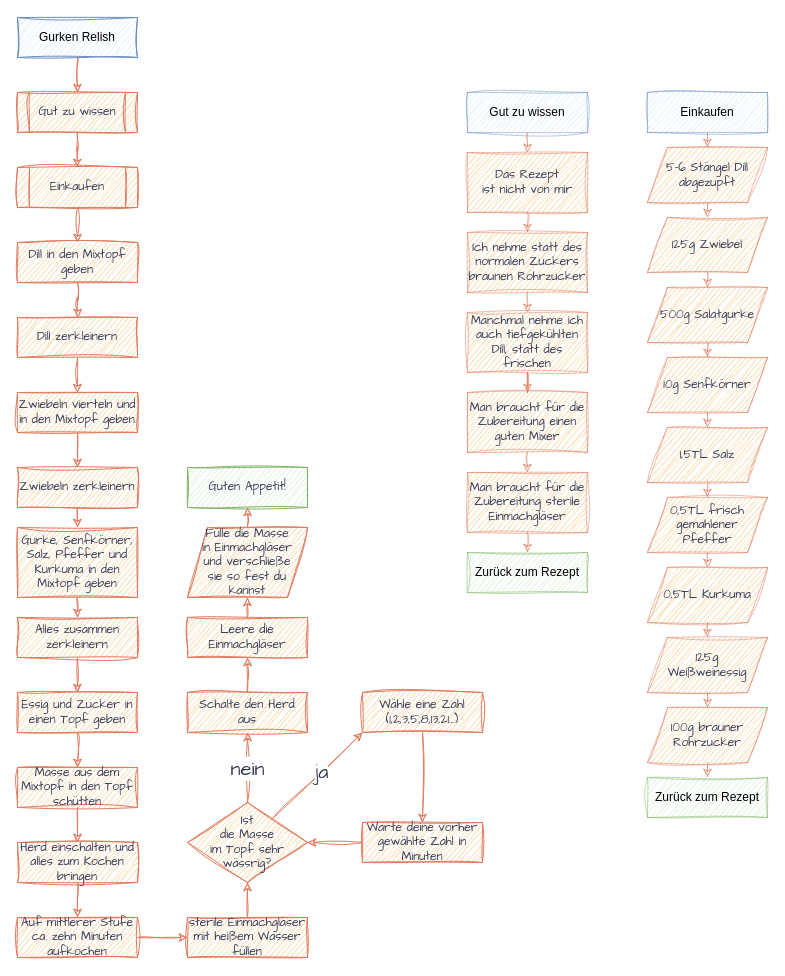
Earlier version of the draw.io diagram cucumber_relish/de_cucumber_relish.drawio (DarkDonnerGunther/rivercookery). Source tidied: cells renumbered, new cells numbered last; positions are measured from the earlier drawing's top-left corner, leaving out a move shared by most shapes. Both pictures are drawn from the tidied source at 100%, with x=0, y=0 at pixel (17, 17).
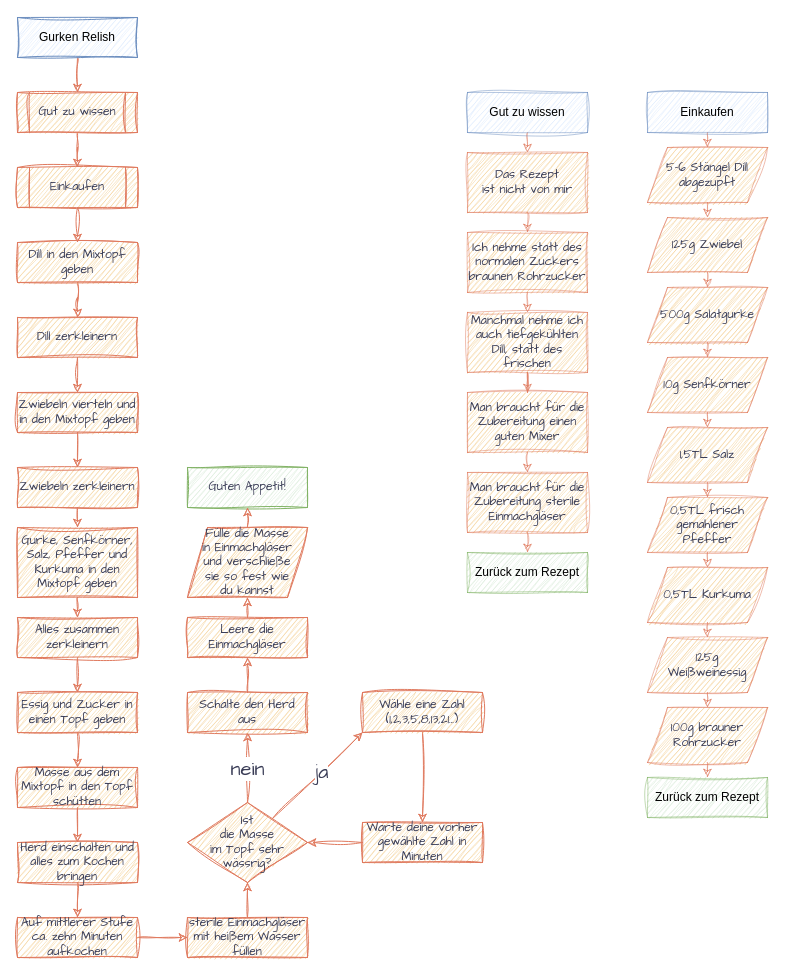
After the change.

Change to the diagram source:
```diff
@@
-    <mxCell id="58" value="Fülle die Masse&lt;br&gt;in Einmachgläser&lt;br&gt;und verschließe&lt;br&gt;sie so fest du kannst" style="rounded=0;whiteSpace=wrap;html=1;hachureGap=4;strokeColor=#E07A5F;fontFamily=Architects Daughter;fontSize=12;fontColor=#393C56;fillColor=#F2CC8F;sketch=1;curveFitting=1;jiggle=2;shape=parallelogram;perimeter=parallelogramPerimeter;fixedSize=1;labelBorderColor=none;labelBackgroundColor=none;" parent="1" vertex="1">
+    <mxCell id="58" value="Fülle die Masse&lt;br&gt;in Einmachgläser&lt;br&gt;und verschließe&lt;br&gt;sie so fest wie&lt;div&gt;du kannst&lt;/div&gt;" style="rounded=0;whiteSpace=wrap;html=1;hachureGap=4;strokeColor=#E07A5F;fontFamily=Architects Daughter;fontSize=12;fontColor=#393C56;fillColor=#F2CC8F;sketch=1;curveFitting=1;jiggle=2;shape=parallelogram;perimeter=parallelogramPerimeter;fixedSize=1;labelBorderColor=none;labelBackgroundColor=none;" parent="1" vertex="1">
       <mxGeometry x="170" y="510" width="120" height="70" as="geometry" />
     </mxCell>
```
